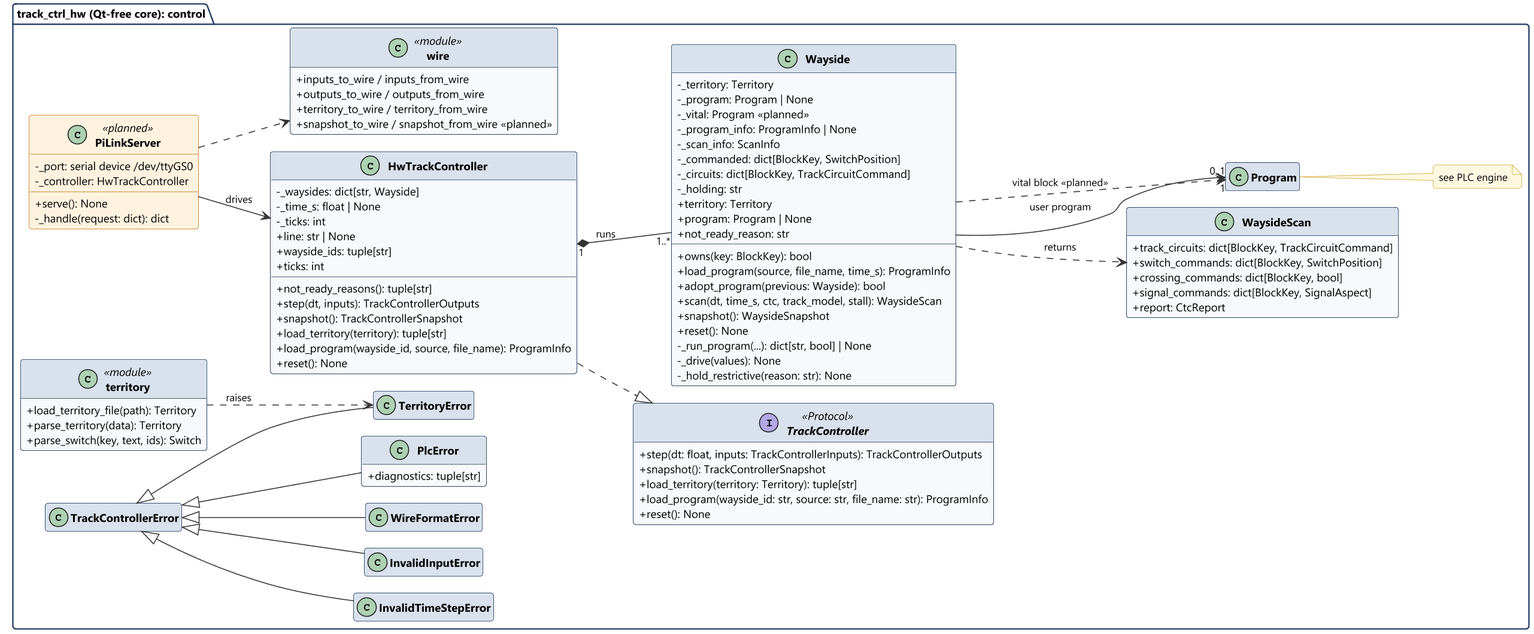
Above: documents/uml/track_ctrl_hw/class_core_control.png in Landiss04/Track-Overflow (PlantUML), before the change.
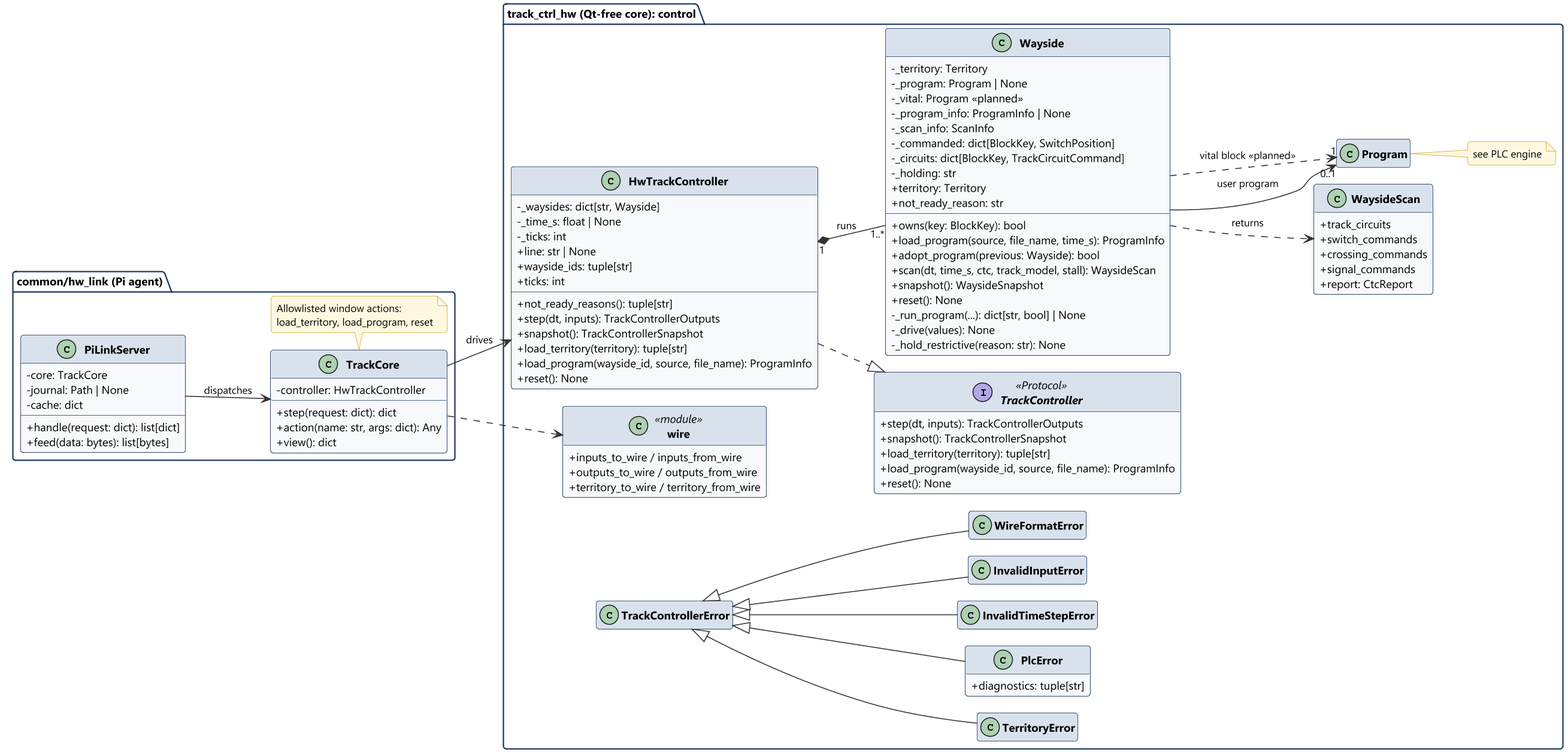
The same file after the commit.

What changed in the source:
```diff
@@ -3,20 +3,33 @@
 hide empty members
 left to right direction
 
+package "common/hw_link (Pi agent)" {
+  class PiLinkServer {
+    -core: TrackCore
+    -journal: Path | None
+    -cache: dict
+    +handle(request: dict): list[dict]
+    +feed(data: bytes): list[bytes]
+  }
+  class TrackCore {
+    -controller: HwTrackController
+    +step(request: dict): dict
+    +action(name: str, args: dict): Any
+    +view(): dict
+  }
+  note bottom of TrackCore
+    Allowlisted window actions:
+    load_territory, load_program, reset
+  end note
+}
+
 package "track_ctrl_hw (Qt-free core): control" {
   interface TrackController <<Protocol>> {
-    +step(dt: float, inputs: TrackControllerInputs): TrackControllerOutputs
+    +step(dt, inputs): TrackControllerOutputs
     +snapshot(): TrackControllerSnapshot
-    +load_territory(territory: Territory): tuple[str]
-    +load_program(wayside_id: str, source: str, file_name: str): ProgramInfo
+    +load_territory(territory): tuple[str]
+    +load_program(wayside_id, source, file_name): ProgramInfo
     +reset(): None
-  }
-
-  class PiLinkServer <<planned>> {
-    -_port: serial device /dev/ttyGS0
-    -_controller: HwTrackController
-    +serve(): None
-    -_handle(request: dict): dict
   }
 
   class HwTrackController {
@@ -44,7 +57,6 @@
     -_circuits: dict[BlockKey, TrackCircuitCommand]
     -_holding: str
     +territory: Territory
-    +program: Program | None
     +not_ready_reason: str
     +owns(key: BlockKey): bool
     +load_program(source, file_name, time_s): ProgramInfo
@@ -58,10 +70,10 @@
   }
 
   class WaysideScan {
-    +track_circuits: dict[BlockKey, TrackCircuitCommand]
-    +switch_commands: dict[BlockKey, SwitchPosition]
-    +crossing_commands: dict[BlockKey, bool]
-    +signal_commands: dict[BlockKey, SignalAspect]
+    +track_circuits
+    +switch_commands
+    +crossing_commands
+    +signal_commands
     +report: CtcReport
   }
 
@@ -72,13 +84,6 @@
     +inputs_to_wire / inputs_from_wire
     +outputs_to_wire / outputs_from_wire
     +territory_to_wire / territory_from_wire
-    +snapshot_to_wire / snapshot_from_wire <<planned>>
-  }
-
-  class territory <<module>> {
-    +load_territory_file(path): Territory
-    +parse_territory(data): Territory
-    +parse_switch(key, text, ids): Switch
   }
 
   class TrackControllerError
@@ -91,8 +96,9 @@
   class WireFormatError
 }
 
-PiLinkServer --> HwTrackController : drives
-PiLinkServer ..> wire
+PiLinkServer --> TrackCore : dispatches
+TrackCore --> HwTrackController : drives
+TrackCore ..> wire
 HwTrackController ..|> TrackController
 HwTrackController "1" *-- "1..*" Wayside : runs >
 Wayside --> "0..1" Program : user program
@@ -104,5 +110,4 @@
 TrackControllerError <|-- InvalidTimeStepError
 TrackControllerError <|-- InvalidInputError
 TrackControllerError <|-- WireFormatError
-territory ..> TerritoryError : raises
 @enduml
```
